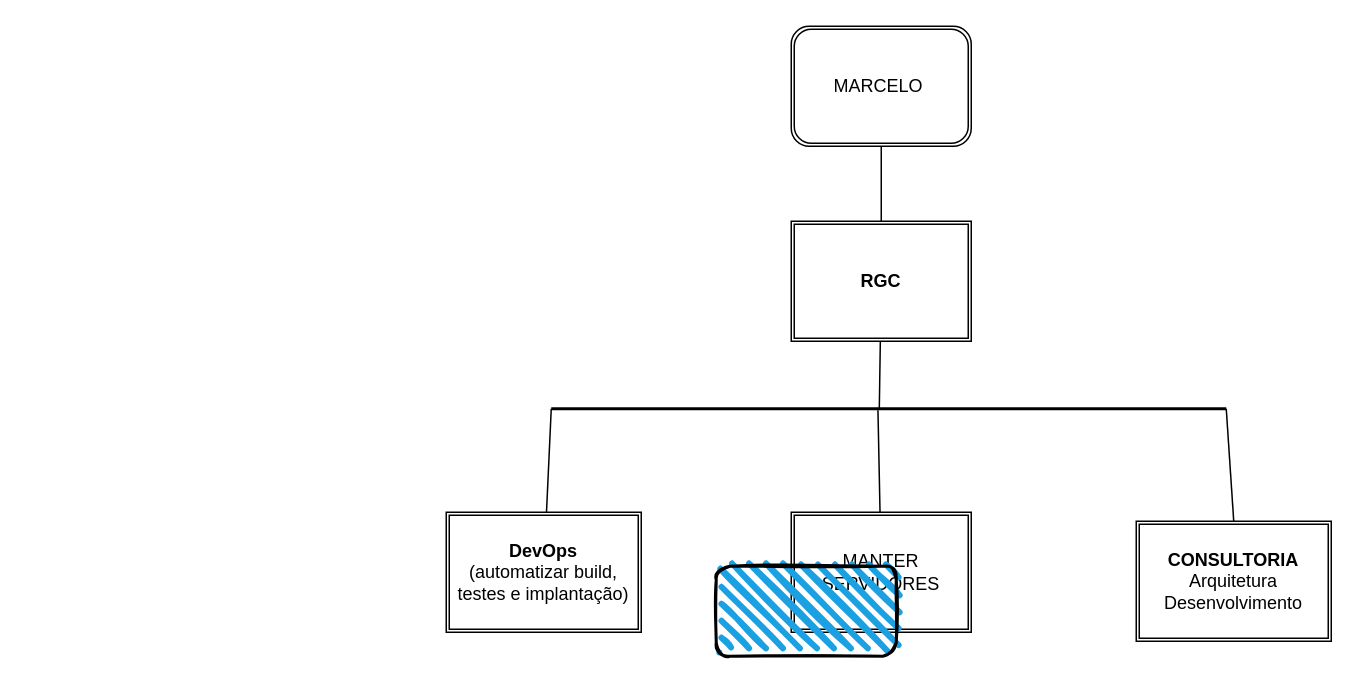
This is marcelo-rgc.drawio from mrclalves/desenhos, a draw.io file, before an edit. Source tidied: cells renumbered, new cells numbered last; positions are measured from the earlier drawing's top-left corner, leaving out a move shared by most shapes. Both pictures are drawn from the tidied source at 150%, with x=0, y=0 at pixel (446, 26).
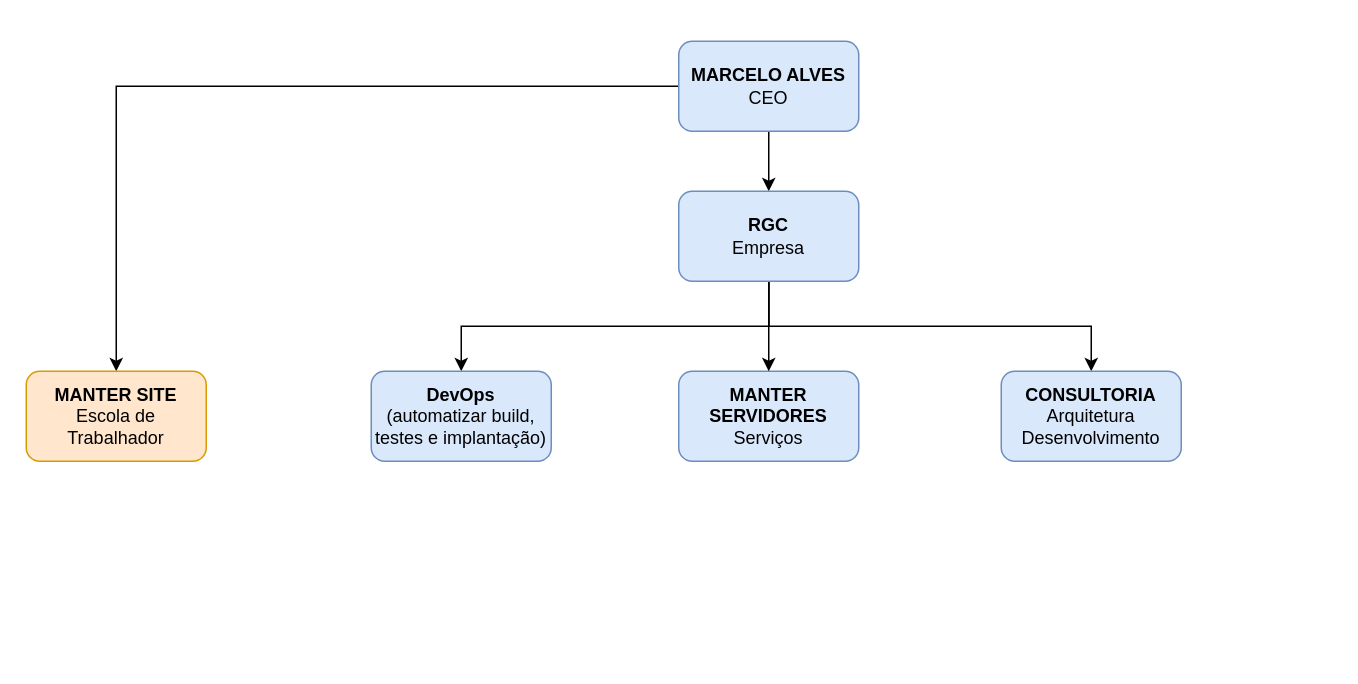
The same diagram, later.

The edit, as a diff of the source:
```diff
@@
 <mxGraphModel>
   <root>
     <mxCell id="0" />
     <mxCell id="1" parent="0" />
-    <mxCell id="2" value="&lt;b&gt;RGC&lt;/b&gt;" style="shape=ext;double=1;rounded=0;whiteSpace=wrap;html=1;" parent="1" vertex="1">
-      <mxGeometry x="230" y="130" width="120" height="80" as="geometry" />
-    </mxCell>
-    <mxCell id="3" style="edgeStyle=none;rounded=0;jettySize=auto;html=1;exitX=0.5;exitY=1;exitDx=0;exitDy=0;endArrow=none;startFill=0;" parent="1" edge="1" source="4" target="2">
-      <mxGeometry relative="1" as="geometry" />
-    </mxCell>
-    <mxCell id="4" value="MARCELO&amp;nbsp;" style="shape=ext;double=1;rounded=1;whiteSpace=wrap;html=1;" parent="1" vertex="1">
-      <mxGeometry x="230" width="120" height="80" as="geometry" />
-    </mxCell>
-    <mxCell id="5" style="edgeStyle=none;rounded=0;jettySize=auto;html=1;exitX=0.484;exitY=0.6;exitDx=0;exitDy=0;exitPerimeter=0;endArrow=none;startFill=0;" parent="1" edge="1" source="8" target="9">
-      <mxGeometry relative="1" as="geometry" />
-    </mxCell>
-    <mxCell id="6" style="edgeStyle=none;rounded=0;jettySize=auto;html=1;entryX=0.5;entryY=0;entryDx=0;entryDy=0;exitX=1;exitY=0.5;exitDx=0;exitDy=0;exitPerimeter=0;endArrow=none;startFill=0;" parent="1" edge="1" source="8" target="11">
-      <mxGeometry relative="1" as="geometry" />
-    </mxCell>
-    <mxCell id="7" style="edgeStyle=none;rounded=0;jettySize=auto;html=1;exitX=0;exitY=0.5;exitDx=0;exitDy=0;exitPerimeter=0;endArrow=none;startFill=0;" parent="1" edge="1" source="8" target="12">
-      <mxGeometry relative="1" as="geometry" />
-    </mxCell>
-    <mxCell id="8" style="line;strokeWidth=2;html=1;" parent="1" vertex="1">
-      <mxGeometry x="70" y="250" width="450" height="10" as="geometry" />
-    </mxCell>
-    <mxCell id="9" value="MANTER SERVIDORES" style="shape=ext;double=1;rounded=0;whiteSpace=wrap;html=1;" parent="1" vertex="1">
-      <mxGeometry x="230" y="324" width="120" height="80" as="geometry" />
-    </mxCell>
-    <mxCell id="10" style="edgeStyle=none;rounded=0;jettySize=auto;html=1;entryX=0.486;entryY=0.517;entryDx=0;entryDy=0;entryPerimeter=0;endArrow=none;endFill=0;startFill=0;" parent="1" edge="1" source="2" target="8">
-      <mxGeometry relative="1" as="geometry" />
-    </mxCell>
+    <mxCell id="14" style="edgeStyle=none;rounded=0;jettySize=auto;html=1;" parent="1" edge="1" source="16" target="21">
+      <mxGeometry relative="1" as="geometry" />
+    </mxCell>
+    <mxCell id="15" style="edgeStyle=orthogonalEdgeStyle;rounded=0;jettySize=auto;html=1;entryX=0.5;entryY=0;entryDx=0;entryDy=0;" parent="1" edge="1" source="16" target="22">
+      <mxGeometry relative="1" as="geometry" />
+    </mxCell>
+    <mxCell id="16" value="&lt;b&gt;MARCELO ALVES&lt;/b&gt;&lt;div&gt;CEO&lt;/div&gt;" style="rounded=1;whiteSpace=wrap;html=1;fillColor=#dae8fc;strokeColor=#6c8ebf;" parent="1" vertex="1">
+      <mxGeometry x="155" y="10" width="120" height="60" as="geometry" />
+    </mxCell>
+    <mxCell id="17" value="&lt;b&gt;MANTER SERVIDORES&lt;/b&gt;&lt;div&gt;Serviços&lt;/div&gt;" style="rounded=1;whiteSpace=wrap;html=1;fillColor=#dae8fc;strokeColor=#6c8ebf;" parent="1" vertex="1">
+      <mxGeometry x="155" y="230" width="120" height="60" as="geometry" />
+    </mxCell>
+    <mxCell id="18" style="edgeStyle=orthogonalEdgeStyle;rounded=0;jettySize=auto;html=1;exitX=0.5;exitY=1;exitDx=0;exitDy=0;" parent="1" edge="1" source="21" target="12">
+      <mxGeometry relative="1" as="geometry" />
+    </mxCell>
+    <mxCell id="19" style="edgeStyle=orthogonalEdgeStyle;rounded=0;jettySize=auto;html=1;entryX=0.5;entryY=0;entryDx=0;entryDy=0;" parent="1" edge="1" source="21" target="17">
+      <mxGeometry relative="1" as="geometry" />
+    </mxCell>
+    <mxCell id="20" style="edgeStyle=orthogonalEdgeStyle;rounded=0;jettySize=auto;html=1;exitX=0.5;exitY=1;exitDx=0;exitDy=0;" parent="1" edge="1" source="21" target="11">
+      <mxGeometry relative="1" as="geometry" />
+    </mxCell>
+    <mxCell id="21" value="&lt;b&gt;RGC&lt;/b&gt;&lt;div&gt;Empresa&lt;/div&gt;" style="rounded=1;whiteSpace=wrap;html=1;fillColor=#dae8fc;strokeColor=#6c8ebf;" parent="1" vertex="1">
+      <mxGeometry x="155" y="110" width="120" height="60" as="geometry" />
+    </mxCell>
+    <mxCell id="12" value="&lt;b&gt;DevOps&lt;/b&gt;&lt;div&gt;(automatizar build, testes e implantação)&lt;/div&gt;" style="rounded=1;whiteSpace=wrap;html=1;fillColor=#dae8fc;strokeColor=#6c8ebf;" parent="1" vertex="1">
+      <mxGeometry x="-50" y="230" width="120" height="60" as="geometry" />
+    </mxCell>
-    <mxCell id="11" value="&lt;b&gt;CONSULTORIA&lt;/b&gt;&lt;br&gt;Arquitetura&lt;div&gt;Desenvolvimento&lt;/div&gt;" style="shape=ext;double=1;rounded=0;whiteSpace=wrap;html=1;" parent="1" vertex="1">
-      <mxGeometry x="460" y="330" width="130" height="80" as="geometry" />
+    <mxCell id="11" value="&lt;b&gt;CONSULTORIA&lt;/b&gt;&lt;br&gt;Arquitetura&lt;div&gt;Desenvolvimento&lt;/div&gt;" style="rounded=1;whiteSpace=wrap;html=1;fillColor=#dae8fc;strokeColor=#6c8ebf;" parent="1" vertex="1">
+      <mxGeometry x="370" y="230" width="120" height="60" as="geometry" />
     </mxCell>
-    <mxCell id="12" value="&lt;b&gt;DevOps&lt;/b&gt;&lt;div&gt;(automatizar build, testes e implantação)&lt;/div&gt;" style="shape=ext;double=1;rounded=0;whiteSpace=wrap;html=1;" parent="1" vertex="1">
-      <mxGeometry y="324" width="130" height="80" as="geometry" />
-    </mxCell>
-    <mxCell id="13" style="rounded=1;whiteSpace=wrap;html=1;strokeWidth=2;fillWeight=4;hachureGap=8;hachureAngle=45;fillColor=#1ba1e2;sketch=1;" parent="1" vertex="1">
-      <mxGeometry x="180" y="360" width="120" height="60" as="geometry" />
-    </mxCell>
+    <mxCell id="22" value="&lt;b&gt;MANTER SITE&lt;/b&gt;&lt;div&gt;Escola de Trabalhador&lt;/div&gt;" style="rounded=1;whiteSpace=wrap;html=1;fillColor=#ffe6cc;strokeColor=#d79b00;" parent="1" vertex="1">
+      <mxGeometry x="-280" y="230" width="120" height="60" as="geometry" />
+    </mxCell>
   </root>
 </mxGraphModel>
```
